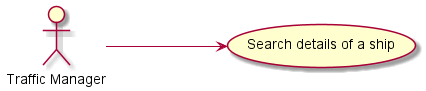
Earlier version of the PlantUML export docs/Sprint 1/US101/US101_UCD.png (1190772/LAB-Project-3). Source of this version:
```plantuml
@startuml

left to right direction

:Traffic Manager: as TM
(Search details of a ship) as (Use)

TM ---> (Use)

@enduml
```
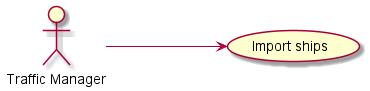
After the change.

Diff of the diagram source:
```diff
@@ -3,7 +3,7 @@
 left to right direction
 
 :Traffic Manager: as TM
-(Search details of a ship) as (Use)
+(Import ships) as (Use)
 
 TM ---> (Use)
 
```
